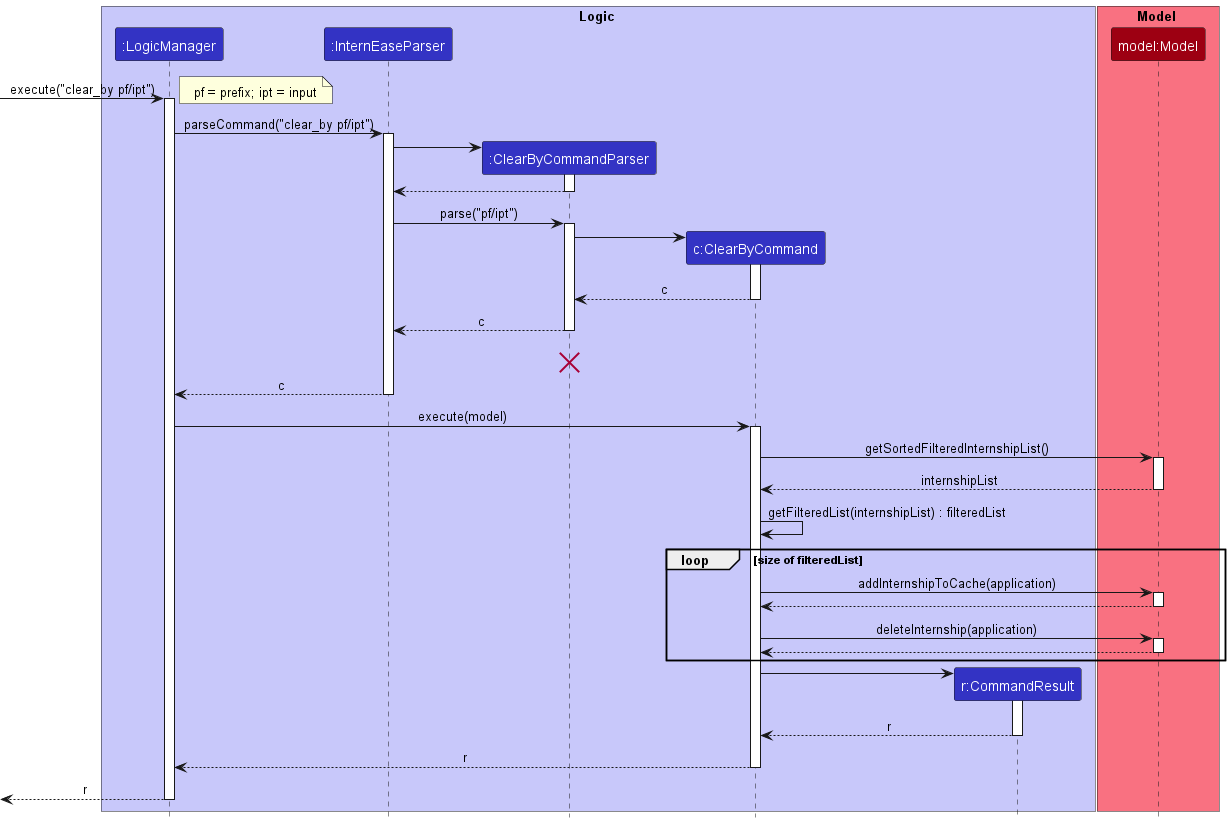
This is docs/images/ClearBySequenceDiagram.png from nus-cs2103-AY2223S2/tp, a PlantUML export, as it was before one commit.
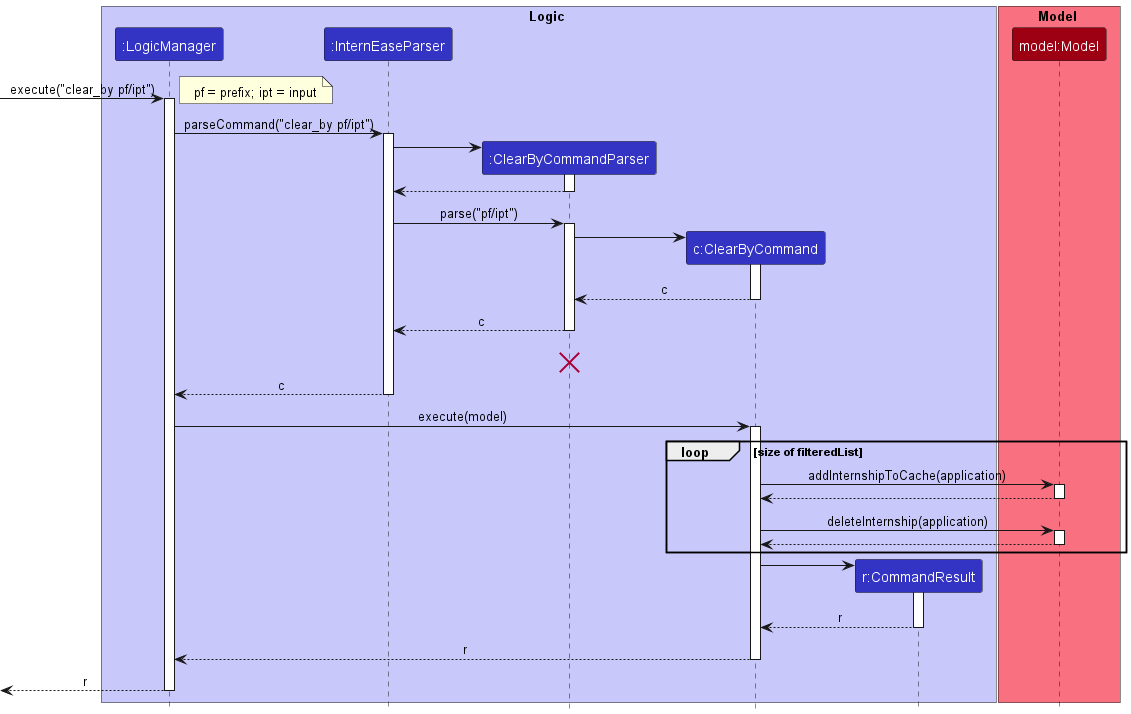
After the commit.

Change to the diagram source:
```diff
@@ -47,14 +47,6 @@
 LogicManager -> ClearByCommand : execute(model)
 activate ClearByCommand
 
-ClearByCommand -> Model : getSortedFilteredInternshipList()
-activate Model
-
-Model --> ClearByCommand : internshipList
-deactivate Model
-
-ClearByCommand -> ClearByCommand : getFilteredList(internshipList) : filteredList
-
 loop size of filteredList
 
 ClearByCommand -> Model : addInternshipToCache(application)
```
